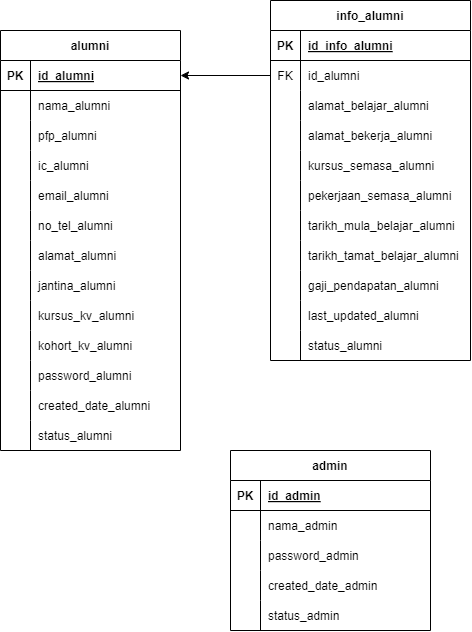
Above: documentation/erd.png in MuizzIsZynV22/E-SistemJejakAlumni (draw.io), before the change. Source tidied: cells renumbered, new cells last; positions are measured from the earlier drawing's top-left corner, leaving out a move shared by most shapes.
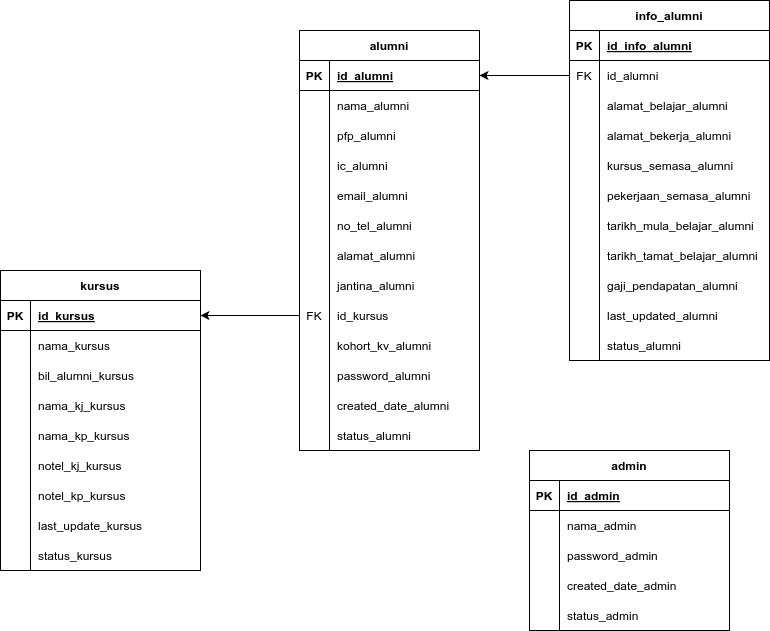
After the change.

Change to the diagram source:
```diff
@@ -1,4 +1,4 @@
-<mxGraphModel>
+<mxGraphModel background="#ffffff">
   <root>
     <mxCell id="0" />
     <mxCell id="1" parent="0" />
@@ -80,10 +80,10 @@
     <mxCell id="27" style="shape=tableRow;horizontal=0;startSize=0;swimlaneHead=0;swimlaneBody=0;fillColor=none;points=[[0,0.5],[1,0.5]];portConstraint=eastwest;top=0;left=0;right=0;bottom=0;" parent="2" vertex="1">
       <mxGeometry y="270" width="180" height="30" as="geometry" />
     </mxCell>
-    <mxCell id="28" style="shape=partialRectangle;fillColor=none;top=0;left=0;bottom=0;right=0;overflow=hidden;" parent="27" vertex="1">
+    <mxCell id="28" value="FK" style="shape=partialRectangle;fillColor=none;top=0;left=0;bottom=0;right=0;overflow=hidden;" parent="27" vertex="1">
       <mxGeometry width="30" height="30" as="geometry" />
     </mxCell>
-    <mxCell id="29" value="kursus_kv_alumni" style="shape=partialRectangle;fillColor=none;top=0;left=0;bottom=0;right=0;align=left;spacingLeft=6;overflow=hidden;" parent="27" vertex="1">
+    <mxCell id="29" value="id_kursus" style="shape=partialRectangle;fillColor=none;top=0;left=0;bottom=0;right=0;align=left;spacingLeft=6;overflow=hidden;" parent="27" vertex="1">
       <mxGeometry x="30" width="150" height="30" as="geometry" />
     </mxCell>
     <mxCell id="30" style="shape=tableRow;horizontal=0;startSize=0;swimlaneHead=0;swimlaneBody=0;fillColor=none;top=0;left=0;right=0;bottom=0;" parent="2" vertex="1">
@@ -275,5 +275,92 @@
     <mxCell id="92" value="status_admin" style="shape=partialRectangle;fillColor=none;top=0;left=0;bottom=0;right=0;align=left;spacingLeft=6;overflow=hidden;" parent="90" vertex="1">
       <mxGeometry x="30" width="170" height="30" as="geometry" />
     </mxCell>
+    <mxCell id="93" value="kursus" style="shape=table;startSize=30;rowLines=0;fontStyle=1;align=center;" parent="1" vertex="1">
+      <mxGeometry x="-299" y="270" width="200" height="300" as="geometry" />
+    </mxCell>
+    <mxCell id="94" style="shape=tableRow;horizontal=0;startSize=0;swimlaneHead=0;swimlaneBody=0;fillColor=none;points=[[0,0.5],[1,0.5]];portConstraint=eastwest;top=0;left=0;right=0;bottom=1;" parent="93" vertex="1">
+      <mxGeometry y="30" width="200" height="30" as="geometry" />
+    </mxCell>
+    <mxCell id="95" value="PK" style="shape=partialRectangle;fillColor=none;top=0;left=0;bottom=0;right=0;fontStyle=1;overflow=hidden;" parent="94" vertex="1">
+      <mxGeometry width="30" height="30" as="geometry" />
+    </mxCell>
+    <mxCell id="96" value="id_kursus" style="shape=partialRectangle;fillColor=none;top=0;left=0;bottom=0;right=0;align=left;spacingLeft=6;fontStyle=5;overflow=hidden;" parent="94" vertex="1">
+      <mxGeometry x="30" width="170" height="30" as="geometry" />
+    </mxCell>
+    <mxCell id="97" style="shape=tableRow;horizontal=0;startSize=0;swimlaneHead=0;swimlaneBody=0;fillColor=none;top=0;left=0;right=0;bottom=0;" parent="93" vertex="1">
+      <mxGeometry y="60" width="200" height="30" as="geometry" />
+    </mxCell>
+    <mxCell id="98" style="shape=partialRectangle;fillColor=none;top=0;left=0;bottom=0;right=0;overflow=hidden;" parent="97" vertex="1">
+      <mxGeometry width="30" height="30" as="geometry" />
+    </mxCell>
+    <mxCell id="99" value="nama_kursus" style="shape=partialRectangle;fillColor=none;top=0;left=0;bottom=0;right=0;align=left;spacingLeft=6;overflow=hidden;" parent="97" vertex="1">
+      <mxGeometry x="30" width="170" height="30" as="geometry" />
+    </mxCell>
+    <mxCell id="100" style="shape=tableRow;horizontal=0;startSize=0;swimlaneHead=0;swimlaneBody=0;fillColor=none;top=0;left=0;right=0;bottom=0;" parent="93" vertex="1">
+      <mxGeometry y="90" width="200" height="30" as="geometry" />
+    </mxCell>
+    <mxCell id="101" style="shape=partialRectangle;fillColor=none;top=0;left=0;bottom=0;right=0;overflow=hidden;" parent="100" vertex="1">
+      <mxGeometry width="30" height="30" as="geometry" />
+    </mxCell>
+    <mxCell id="102" value="bil_alumni_kursus" style="shape=partialRectangle;fillColor=none;top=0;left=0;bottom=0;right=0;align=left;spacingLeft=6;overflow=hidden;" parent="100" vertex="1">
+      <mxGeometry x="30" width="170" height="30" as="geometry" />
+    </mxCell>
+    <mxCell id="103" style="shape=tableRow;horizontal=0;startSize=0;swimlaneHead=0;swimlaneBody=0;fillColor=none;top=0;left=0;right=0;bottom=0;" parent="93" vertex="1">
+      <mxGeometry y="120" width="200" height="30" as="geometry" />
+    </mxCell>
+    <mxCell id="104" style="shape=partialRectangle;fillColor=none;top=0;left=0;bottom=0;right=0;overflow=hidden;" parent="103" vertex="1">
+      <mxGeometry width="30" height="30" as="geometry" />
+    </mxCell>
+    <mxCell id="105" value="nama_kj_kursus" style="shape=partialRectangle;fillColor=none;top=0;left=0;bottom=0;right=0;align=left;spacingLeft=6;overflow=hidden;" parent="103" vertex="1">
+      <mxGeometry x="30" width="170" height="30" as="geometry" />
+    </mxCell>
+    <mxCell id="106" style="shape=tableRow;horizontal=0;startSize=0;swimlaneHead=0;swimlaneBody=0;fillColor=none;top=0;left=0;right=0;bottom=0;" parent="93" vertex="1">
+      <mxGeometry y="150" width="200" height="30" as="geometry" />
+    </mxCell>
+    <mxCell id="107" style="shape=partialRectangle;fillColor=none;top=0;left=0;bottom=0;right=0;overflow=hidden;" parent="106" vertex="1">
+      <mxGeometry width="30" height="30" as="geometry" />
+    </mxCell>
+    <mxCell id="108" value="nama_kp_kursus" style="shape=partialRectangle;fillColor=none;top=0;left=0;bottom=0;right=0;align=left;spacingLeft=6;overflow=hidden;" parent="106" vertex="1">
+      <mxGeometry x="30" width="170" height="30" as="geometry" />
+    </mxCell>
+    <mxCell id="109" style="shape=tableRow;horizontal=0;startSize=0;swimlaneHead=0;swimlaneBody=0;fillColor=none;top=0;left=0;right=0;bottom=0;" parent="93" vertex="1">
+      <mxGeometry y="180" width="200" height="30" as="geometry" />
+    </mxCell>
+    <mxCell id="110" style="shape=partialRectangle;fillColor=none;top=0;left=0;bottom=0;right=0;overflow=hidden;" parent="109" vertex="1">
+      <mxGeometry width="30" height="30" as="geometry" />
+    </mxCell>
+    <mxCell id="111" value="notel_kj_kursus" style="shape=partialRectangle;fillColor=none;top=0;left=0;bottom=0;right=0;align=left;spacingLeft=6;overflow=hidden;" parent="109" vertex="1">
+      <mxGeometry x="30" width="170" height="30" as="geometry" />
+    </mxCell>
+    <mxCell id="112" style="shape=tableRow;horizontal=0;startSize=0;swimlaneHead=0;swimlaneBody=0;fillColor=none;top=0;left=0;right=0;bottom=0;" parent="93" vertex="1">
+      <mxGeometry y="210" width="200" height="30" as="geometry" />
+    </mxCell>
+    <mxCell id="113" style="shape=partialRectangle;fillColor=none;top=0;left=0;bottom=0;right=0;overflow=hidden;" parent="112" vertex="1">
+      <mxGeometry width="30" height="30" as="geometry" />
+    </mxCell>
+    <mxCell id="114" value="notel_kp_kursus" style="shape=partialRectangle;fillColor=none;top=0;left=0;bottom=0;right=0;align=left;spacingLeft=6;overflow=hidden;" parent="112" vertex="1">
+      <mxGeometry x="30" width="170" height="30" as="geometry" />
+    </mxCell>
+    <mxCell id="115" style="shape=tableRow;horizontal=0;startSize=0;swimlaneHead=0;swimlaneBody=0;fillColor=none;top=0;left=0;right=0;bottom=0;" parent="93" vertex="1">
+      <mxGeometry y="240" width="200" height="30" as="geometry" />
+    </mxCell>
+    <mxCell id="116" style="shape=partialRectangle;fillColor=none;top=0;left=0;bottom=0;right=0;overflow=hidden;" parent="115" vertex="1">
+      <mxGeometry width="30" height="30" as="geometry" />
+    </mxCell>
+    <mxCell id="117" value="last_update_kursus" style="shape=partialRectangle;fillColor=none;top=0;left=0;bottom=0;right=0;align=left;spacingLeft=6;overflow=hidden;" parent="115" vertex="1">
+      <mxGeometry x="30" width="170" height="30" as="geometry" />
+    </mxCell>
+    <mxCell id="118" style="shape=tableRow;horizontal=0;startSize=0;swimlaneHead=0;swimlaneBody=0;fillColor=none;top=0;left=0;right=0;bottom=0;" parent="93" vertex="1">
+      <mxGeometry y="270" width="200" height="30" as="geometry" />
+    </mxCell>
+    <mxCell id="119" style="shape=partialRectangle;fillColor=none;top=0;left=0;bottom=0;right=0;overflow=hidden;" parent="118" vertex="1">
+      <mxGeometry width="30" height="30" as="geometry" />
+    </mxCell>
+    <mxCell id="120" value="status_kursus" style="shape=partialRectangle;fillColor=none;top=0;left=0;bottom=0;right=0;align=left;spacingLeft=6;overflow=hidden;" parent="118" vertex="1">
+      <mxGeometry x="30" width="170" height="30" as="geometry" />
+    </mxCell>
+    <mxCell id="121" style="edgeStyle=none;html=1;exitX=0;exitY=0.5;exitDx=0;exitDy=0;entryX=1;entryY=0.5;entryDx=0;entryDy=0;" parent="1" edge="1" source="27" target="94">
+      <mxGeometry relative="1" as="geometry" />
+    </mxCell>
   </root>
 </mxGraphModel>
```
